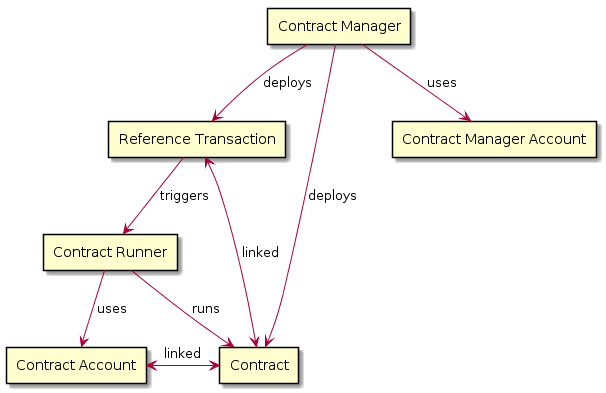
This is ardor-lightweight-contracts-system-overview.png from Atzen2/ardor-lightweight-contratcs-system-overview, a PlantUML export, as it was before one commit. Source of this version:
```plantuml
@startuml



rectangle "Contract Runner" as CR
rectangle "Contract Manager" as CM
rectangle "Reference Transaction" as RT
rectangle "Contract" as CO
rectangle "Contract Account" as CA
rectangle "Contract Manager Account" as CMA


CR --> CO : runs
CR --> CA : uses
RT --> CR : triggers
RT <-> CO : linked
CA <-> CO : linked
CM --> CO : deploys
CM --> RT : deploys
CM --> CMA : uses


@enduml
```
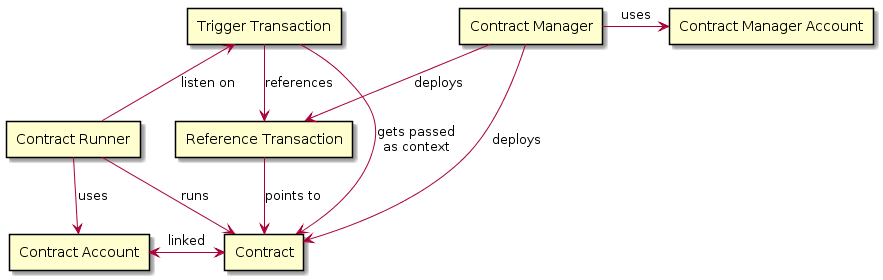
Above is the later version.

Change to the diagram source:
```diff
@@ -1,10 +1,10 @@
 @startuml
-
 
 
 rectangle "Contract Runner" as CR
 rectangle "Contract Manager" as CM
 rectangle "Reference Transaction" as RT
+rectangle "Trigger Transaction" as TT
 rectangle "Contract" as CO
 rectangle "Contract Account" as CA
 rectangle "Contract Manager Account" as CMA
@@ -12,12 +12,14 @@
 
 CR --> CO : runs
 CR --> CA : uses
-RT --> CR : triggers
-RT <-> CO : linked
+TT --> RT : references
+TT -> CO : gets passed\nas context
+TT <-- CR : listen on
+RT --> CO : points to
 CA <-> CO : linked
 CM --> CO : deploys
 CM --> RT : deploys
-CM --> CMA : uses
+CM -> CMA : uses
 
 
 @enduml
```
